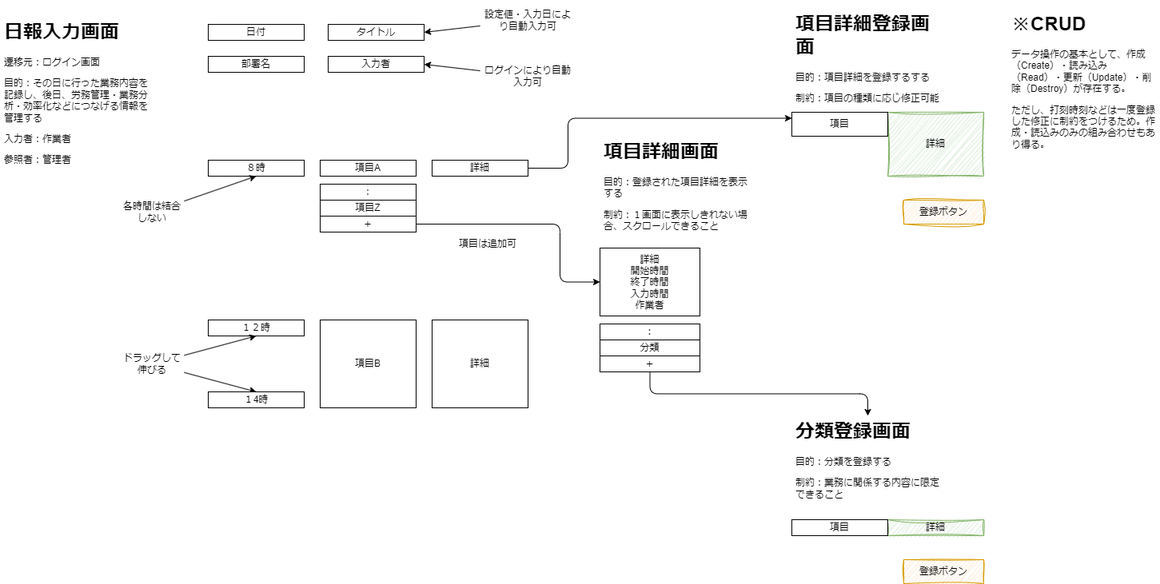
The draw.io diagram docs/日報作成.drawio.png in Codez-jp/2024, before a commit. Source tidied: cells renumbered, new cells last; positions are measured from the earlier drawing's top-left corner, leaving out a move shared by most shapes. Its diagram source:
```xml
<mxGraphModel>
  <root>
    <mxCell id="0" />
    <mxCell id="1" parent="0" />
    <mxCell id="2" value="入力者" style="rounded=0;whiteSpace=wrap;html=1;" parent="1" vertex="1">
      <mxGeometry x="410" y="60" width="120" height="20" as="geometry" />
    </mxCell>
    <mxCell id="3" value="詳細" style="rounded=0;whiteSpace=wrap;html=1;fillColor=#d5e8d4;strokeColor=#82b366;sketch=1;curveFitting=1;jiggle=2;" parent="1" vertex="1">
      <mxGeometry x="1110" y="130" width="120" height="80" as="geometry" />
    </mxCell>
    <mxCell id="4" value="日付" style="rounded=0;whiteSpace=wrap;html=1;" parent="1" vertex="1">
      <mxGeometry x="260" y="20" width="120" height="20" as="geometry" />
    </mxCell>
    <mxCell id="5" value="詳細" style="rounded=0;whiteSpace=wrap;html=1;" parent="1" vertex="1">
      <mxGeometry x="540" y="190" width="120" height="20" as="geometry" />
    </mxCell>
    <mxCell id="6" style="edgeStyle=elbowEdgeStyle;html=1;entryX=0;entryY=0.5;entryDx=0;entryDy=0;exitX=1;exitY=0.5;exitDx=0;exitDy=0;" parent="1" edge="1" source="19" target="22">
      <mxGeometry relative="1" as="geometry">
        <Array as="points">
          <mxPoint x="700" y="290" />
        </Array>
      </mxGeometry>
    </mxCell>
    <mxCell id="7" style="edgeStyle=elbowEdgeStyle;html=1;entryX=0;entryY=0.25;entryDx=0;entryDy=0;exitX=1;exitY=0.5;exitDx=0;exitDy=0;" parent="1" edge="1" source="5" target="12">
      <mxGeometry relative="1" as="geometry">
        <Array as="points">
          <mxPoint x="710" y="170" />
        </Array>
      </mxGeometry>
    </mxCell>
    <mxCell id="8" value="項目A" style="rounded=0;whiteSpace=wrap;html=1;" parent="1" vertex="1">
      <mxGeometry x="400" y="190" width="120" height="20" as="geometry" />
    </mxCell>
    <mxCell id="9" value="タイトル" style="rounded=0;whiteSpace=wrap;html=1;" parent="1" vertex="1">
      <mxGeometry x="410" y="20" width="120" height="20" as="geometry" />
    </mxCell>
    <mxCell id="10" value="部署名" style="rounded=0;whiteSpace=wrap;html=1;" parent="1" vertex="1">
      <mxGeometry x="260" y="60" width="120" height="20" as="geometry" />
    </mxCell>
    <mxCell id="11" value="登録ボタン" style="rounded=0;whiteSpace=wrap;html=1;sketch=1;curveFitting=1;jiggle=2;fillColor=#ffe6cc;strokeColor=#d79b00;" parent="1" vertex="1">
      <mxGeometry x="1130" y="240" width="100" height="30" as="geometry" />
    </mxCell>
    <mxCell id="12" value="項目" style="rounded=0;whiteSpace=wrap;html=1;" parent="1" vertex="1">
      <mxGeometry x="990" y="130" width="120" height="30" as="geometry" />
    </mxCell>
    <mxCell id="13" value="８時" style="rounded=0;whiteSpace=wrap;html=1;" parent="1" vertex="1">
      <mxGeometry x="260" y="190" width="120" height="20" as="geometry" />
    </mxCell>
    <mxCell id="14" value="１２時" style="rounded=0;whiteSpace=wrap;html=1;" parent="1" vertex="1">
      <mxGeometry x="260" y="390" width="120" height="20" as="geometry" />
    </mxCell>
    <mxCell id="15" value="詳細" style="rounded=0;whiteSpace=wrap;html=1;" parent="1" vertex="1">
      <mxGeometry x="540" y="390" width="120" height="110" as="geometry" />
    </mxCell>
    <mxCell id="16" value="項目B" style="rounded=0;whiteSpace=wrap;html=1;" parent="1" vertex="1">
      <mxGeometry x="400" y="390" width="120" height="110" as="geometry" />
    </mxCell>
    <mxCell id="17" value="：" style="rounded=0;whiteSpace=wrap;html=1;" parent="1" vertex="1">
      <mxGeometry x="400" y="220" width="120" height="20" as="geometry" />
    </mxCell>
    <mxCell id="18" value="項目Z" style="rounded=0;whiteSpace=wrap;html=1;" parent="1" vertex="1">
      <mxGeometry x="400" y="240" width="120" height="20" as="geometry" />
    </mxCell>
    <mxCell id="19" value="＋" style="rounded=0;whiteSpace=wrap;html=1;" parent="1" vertex="1">
      <mxGeometry x="400" y="260" width="120" height="20" as="geometry" />
    </mxCell>
    <mxCell id="20" value="&lt;h1&gt;日報入力画面&lt;/h1&gt;&lt;p&gt;遷移元：ログイン画面&lt;/p&gt;&lt;p&gt;目的：その日に行った業務内容を記録し、後日、労務管理・業務分析・効率化などにつなげる情報を管理する&lt;/p&gt;&lt;p&gt;入力者：作業者&lt;/p&gt;&lt;p&gt;参照者：管理者&lt;/p&gt;" style="text;html=1;strokeColor=none;fillColor=none;spacing=5;spacingTop=-20;whiteSpace=wrap;overflow=hidden;rounded=0;" parent="1" vertex="1">
      <mxGeometry y="10" width="190" height="200" as="geometry" />
    </mxCell>
    <mxCell id="21" value="&lt;h1&gt;項目詳細登録画面&lt;/h1&gt;&lt;p&gt;目的：項目詳細を登録するする&lt;/p&gt;&lt;p&gt;制約：項目の種類に応じ修正可能な内容を変更できること&lt;/p&gt;" style="text;html=1;strokeColor=none;fillColor=none;spacing=5;spacingTop=-20;whiteSpace=wrap;overflow=hidden;rounded=0;" parent="1" vertex="1">
      <mxGeometry x="990" width="190" height="120" as="geometry" />
    </mxCell>
    <mxCell id="22" value="詳細&lt;br&gt;開始時間&lt;br&gt;終了時間&lt;br&gt;入力時間&lt;br&gt;作業者" style="rounded=0;whiteSpace=wrap;html=1;" parent="1" vertex="1">
      <mxGeometry x="750" y="300" width="125" height="85" as="geometry" />
    </mxCell>
    <mxCell id="23" value="&lt;h1&gt;項目詳細画面&lt;/h1&gt;&lt;p&gt;目的：登録された項目詳細を表示する&lt;/p&gt;&lt;p&gt;制約：１画面に表示しきれない場合、スクロールできること&lt;/p&gt;" style="text;html=1;strokeColor=none;fillColor=none;spacing=5;spacingTop=-20;whiteSpace=wrap;overflow=hidden;rounded=0;" parent="1" vertex="1">
      <mxGeometry x="750" y="160" width="190" height="120" as="geometry" />
    </mxCell>
    <mxCell id="24" value="：" style="rounded=0;whiteSpace=wrap;html=1;" parent="1" vertex="1">
      <mxGeometry x="750" y="395" width="125" height="20" as="geometry" />
    </mxCell>
    <mxCell id="25" value="分類" style="rounded=0;whiteSpace=wrap;html=1;" parent="1" vertex="1">
      <mxGeometry x="750" y="415" width="125" height="20" as="geometry" />
    </mxCell>
    <mxCell id="26" style="edgeStyle=elbowEdgeStyle;html=1;entryX=0.5;entryY=0;entryDx=0;entryDy=0;elbow=vertical;" parent="1" edge="1" source="27" target="31">
      <mxGeometry relative="1" as="geometry" />
    </mxCell>
    <mxCell id="27" value="＋" style="rounded=0;whiteSpace=wrap;html=1;" parent="1" vertex="1">
      <mxGeometry x="750" y="435" width="125" height="20" as="geometry" />
    </mxCell>
    <mxCell id="28" value="詳細" style="rounded=0;whiteSpace=wrap;html=1;fillColor=#d5e8d4;strokeColor=#82b366;sketch=1;curveFitting=1;jiggle=2;" parent="1" vertex="1">
      <mxGeometry x="1110" y="640" width="120" height="20" as="geometry" />
    </mxCell>
    <mxCell id="29" value="登録ボタン" style="rounded=0;whiteSpace=wrap;html=1;sketch=1;curveFitting=1;jiggle=2;fillColor=#ffe6cc;strokeColor=#d79b00;" parent="1" vertex="1">
      <mxGeometry x="1130" y="690" width="100" height="30" as="geometry" />
    </mxCell>
    <mxCell id="30" value="項目" style="rounded=0;whiteSpace=wrap;html=1;" parent="1" vertex="1">
      <mxGeometry x="990" y="640" width="120" height="20" as="geometry" />
    </mxCell>
    <mxCell id="31" value="&lt;h1&gt;分類登録画面&lt;/h1&gt;&lt;p&gt;目的：分類を登録する&lt;/p&gt;&lt;p&gt;制約：業務に関係する内容に限定できること&lt;/p&gt;" style="text;html=1;strokeColor=none;fillColor=none;spacing=5;spacingTop=-20;whiteSpace=wrap;overflow=hidden;rounded=0;" parent="1" vertex="1">
      <mxGeometry x="990" y="510" width="190" height="120" as="geometry" />
    </mxCell>
    <mxCell id="32" style="edgeStyle=none;html=1;entryX=0.5;entryY=1;entryDx=0;entryDy=0;" parent="1" edge="1" source="34" target="14">
      <mxGeometry relative="1" as="geometry" />
    </mxCell>
    <mxCell id="33" style="edgeStyle=none;html=1;entryX=0.5;entryY=0;entryDx=0;entryDy=0;" parent="1" edge="1" source="34" target="37">
      <mxGeometry relative="1" as="geometry" />
    </mxCell>
    <mxCell id="34" value="ドラッグして伸びる" style="text;html=1;strokeColor=none;fillColor=none;align=center;verticalAlign=middle;whiteSpace=wrap;rounded=0;" parent="1" vertex="1">
      <mxGeometry x="150" y="430" width="80" height="30" as="geometry" />
    </mxCell>
    <mxCell id="35" style="edgeStyle=none;html=1;entryX=0.5;entryY=1;entryDx=0;entryDy=0;" parent="1" edge="1" source="36" target="13">
      <mxGeometry relative="1" as="geometry" />
    </mxCell>
    <mxCell id="36" value="各時間は結合しない" style="text;html=1;strokeColor=none;fillColor=none;align=center;verticalAlign=middle;whiteSpace=wrap;rounded=0;" parent="1" vertex="1">
      <mxGeometry x="150" y="240" width="80" height="30" as="geometry" />
    </mxCell>
    <mxCell id="37" value="１4時" style="rounded=0;whiteSpace=wrap;html=1;" parent="1" vertex="1">
      <mxGeometry x="260" y="480" width="120" height="20" as="geometry" />
    </mxCell>
    <mxCell id="38" value="項目は追加可" style="text;html=1;strokeColor=none;fillColor=none;align=center;verticalAlign=middle;whiteSpace=wrap;rounded=0;" parent="1" vertex="1">
      <mxGeometry x="570" y="280" width="80" height="30" as="geometry" />
    </mxCell>
    <mxCell id="39" style="edgeStyle=none;html=1;entryX=1;entryY=0.5;entryDx=0;entryDy=0;" parent="1" edge="1" source="40" target="9">
      <mxGeometry relative="1" as="geometry" />
    </mxCell>
    <mxCell id="40" value="設定値・入力日により自動入力可" style="text;html=1;strokeColor=none;fillColor=none;align=center;verticalAlign=middle;whiteSpace=wrap;rounded=0;" parent="1" vertex="1">
      <mxGeometry x="600" width="120" height="30" as="geometry" />
    </mxCell>
    <mxCell id="41" style="edgeStyle=none;html=1;entryX=1;entryY=0.5;entryDx=0;entryDy=0;" parent="1" edge="1" source="42" target="2">
      <mxGeometry relative="1" as="geometry" />
    </mxCell>
    <mxCell id="42" value="ログインにより自動入力可" style="text;html=1;strokeColor=none;fillColor=none;align=center;verticalAlign=middle;whiteSpace=wrap;rounded=0;" parent="1" vertex="1">
      <mxGeometry x="600" y="70" width="120" height="30" as="geometry" />
    </mxCell>
    <mxCell id="43" value="&lt;h1&gt;※CRUD&lt;/h1&gt;&lt;p&gt;データ操作の基本として、作成（Create）・読み込み（Read）・更新（Update）・削除（Destroy）が存在する。&lt;/p&gt;&lt;p&gt;ただし、打刻時刻などは一度登録した修正に制約をつけるため。作成・読込みのみの組み合わせもあり得る。&lt;/p&gt;" style="text;html=1;strokeColor=none;fillColor=none;spacing=5;spacingTop=-20;whiteSpace=wrap;overflow=hidden;rounded=0;" parent="1" vertex="1">
      <mxGeometry x="1260" width="190" height="230" as="geometry" />
    </mxCell>
  </root>
</mxGraphModel>
```
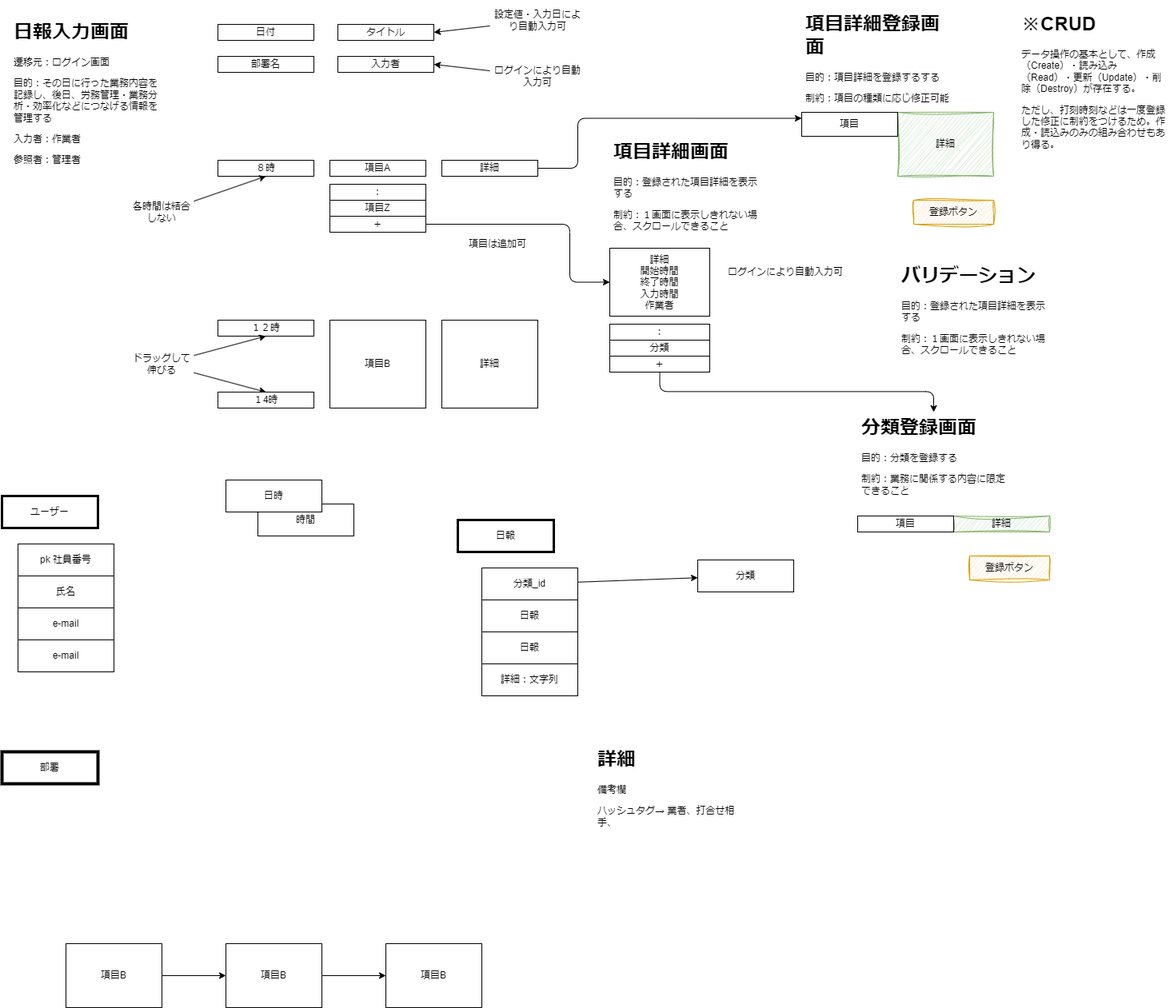
Later version of the same file.

Change to the diagram source:
```diff
@@ -89,16 +89,16 @@
       <mxGeometry x="750" y="435" width="125" height="20" as="geometry" />
     </mxCell>
     <mxCell id="28" value="詳細" style="rounded=0;whiteSpace=wrap;html=1;fillColor=#d5e8d4;strokeColor=#82b366;sketch=1;curveFitting=1;jiggle=2;" parent="1" vertex="1">
-      <mxGeometry x="1110" y="640" width="120" height="20" as="geometry" />
+      <mxGeometry x="1180" y="635" width="120" height="20" as="geometry" />
     </mxCell>
     <mxCell id="29" value="登録ボタン" style="rounded=0;whiteSpace=wrap;html=1;sketch=1;curveFitting=1;jiggle=2;fillColor=#ffe6cc;strokeColor=#d79b00;" parent="1" vertex="1">
-      <mxGeometry x="1130" y="690" width="100" height="30" as="geometry" />
+      <mxGeometry x="1200" y="685" width="100" height="30" as="geometry" />
     </mxCell>
     <mxCell id="30" value="項目" style="rounded=0;whiteSpace=wrap;html=1;" parent="1" vertex="1">
-      <mxGeometry x="990" y="640" width="120" height="20" as="geometry" />
+      <mxGeometry x="1060" y="635" width="120" height="20" as="geometry" />
     </mxCell>
     <mxCell id="31" value="&lt;h1&gt;分類登録画面&lt;/h1&gt;&lt;p&gt;目的：分類を登録する&lt;/p&gt;&lt;p&gt;制約：業務に関係する内容に限定できること&lt;/p&gt;" style="text;html=1;strokeColor=none;fillColor=none;spacing=5;spacingTop=-20;whiteSpace=wrap;overflow=hidden;rounded=0;" parent="1" vertex="1">
-      <mxGeometry x="990" y="510" width="190" height="120" as="geometry" />
+      <mxGeometry x="1060" y="505" width="190" height="120" as="geometry" />
     </mxCell>
     <mxCell id="32" style="edgeStyle=none;html=1;entryX=0.5;entryY=1;entryDx=0;entryDy=0;" parent="1" edge="1" source="34" target="14">
       <mxGeometry relative="1" as="geometry" />
@@ -136,5 +136,74 @@
     <mxCell id="43" value="&lt;h1&gt;※CRUD&lt;/h1&gt;&lt;p&gt;データ操作の基本として、作成（Create）・読み込み（Read）・更新（Update）・削除（Destroy）が存在する。&lt;/p&gt;&lt;p&gt;ただし、打刻時刻などは一度登録した修正に制約をつけるため。作成・読込みのみの組み合わせもあり得る。&lt;/p&gt;" style="text;html=1;strokeColor=none;fillColor=none;spacing=5;spacingTop=-20;whiteSpace=wrap;overflow=hidden;rounded=0;" parent="1" vertex="1">
       <mxGeometry x="1260" width="190" height="230" as="geometry" />
     </mxCell>
+    <mxCell id="44" value="ユーザー" style="rounded=0;whiteSpace=wrap;html=1;strokeWidth=3;" parent="1" vertex="1">
+      <mxGeometry x="-10" y="610" width="120" height="40" as="geometry" />
+    </mxCell>
+    <mxCell id="45" value="時間" style="rounded=0;whiteSpace=wrap;html=1;" parent="1" vertex="1">
+      <mxGeometry x="310" y="620" width="120" height="40" as="geometry" />
+    </mxCell>
+    <mxCell id="46" value="日報" style="rounded=0;whiteSpace=wrap;html=1;strokeWidth=3;" parent="1" vertex="1">
+      <mxGeometry x="560" y="640" width="120" height="40" as="geometry" />
+    </mxCell>
+    <mxCell id="47" value="氏名" style="rounded=0;whiteSpace=wrap;html=1;" parent="1" vertex="1">
+      <mxGeometry x="10" y="710" width="120" height="40" as="geometry" />
+    </mxCell>
+    <mxCell id="48" value="e-mail" style="rounded=0;whiteSpace=wrap;html=1;" parent="1" vertex="1">
+      <mxGeometry x="10" y="750" width="120" height="40" as="geometry" />
+    </mxCell>
+    <mxCell id="49" value="e-mail" style="rounded=0;whiteSpace=wrap;html=1;" parent="1" vertex="1">
+      <mxGeometry x="10" y="790" width="120" height="40" as="geometry" />
+    </mxCell>
+    <mxCell id="50" value="日時" style="rounded=0;whiteSpace=wrap;html=1;" parent="1" vertex="1">
+      <mxGeometry x="270" y="590" width="120" height="40" as="geometry" />
+    </mxCell>
+    <mxCell id="51" style="edgeStyle=none;html=1;" parent="1" edge="1" source="52" target="55">
+      <mxGeometry relative="1" as="geometry" />
+    </mxCell>
+    <mxCell id="52" value="分類_id" style="rounded=0;whiteSpace=wrap;html=1;" parent="1" vertex="1">
+      <mxGeometry x="590" y="700" width="120" height="40" as="geometry" />
+    </mxCell>
+    <mxCell id="53" value="部署" style="rounded=0;whiteSpace=wrap;html=1;strokeWidth=4;" parent="1" vertex="1">
+      <mxGeometry x="-10" y="930" width="120" height="40" as="geometry" />
+    </mxCell>
+    <mxCell id="54" value="pk 社員番号" style="rounded=0;whiteSpace=wrap;html=1;" parent="1" vertex="1">
+      <mxGeometry x="10" y="670" width="120" height="40" as="geometry" />
+    </mxCell>
+    <mxCell id="55" value="分類" style="rounded=0;whiteSpace=wrap;html=1;" parent="1" vertex="1">
+      <mxGeometry x="860" y="690" width="120" height="40" as="geometry" />
+    </mxCell>
+    <mxCell id="56" value="日報" style="rounded=0;whiteSpace=wrap;html=1;" parent="1" vertex="1">
+      <mxGeometry x="590" y="740" width="120" height="40" as="geometry" />
+    </mxCell>
+    <mxCell id="57" value="日報" style="rounded=0;whiteSpace=wrap;html=1;" parent="1" vertex="1">
+      <mxGeometry x="590" y="780" width="120" height="40" as="geometry" />
+    </mxCell>
+    <mxCell id="58" value="詳細：文字列" style="rounded=0;whiteSpace=wrap;html=1;" parent="1" vertex="1">
+      <mxGeometry x="590" y="820" width="120" height="40" as="geometry" />
+    </mxCell>
+    <mxCell id="59" value="&lt;h1&gt;詳細&lt;/h1&gt;&lt;p&gt;備考欄&lt;/p&gt;&lt;p&gt;ハッシュタグ→ 業者、打合せ相手、&lt;/p&gt;" style="text;html=1;strokeColor=none;fillColor=none;spacing=5;spacingTop=-20;whiteSpace=wrap;overflow=hidden;rounded=0;" parent="1" vertex="1">
+      <mxGeometry x="730" y="920" width="190" height="120" as="geometry" />
+    </mxCell>
+    <mxCell id="60" value="&lt;h1&gt;バリデーション&lt;/h1&gt;&lt;p&gt;目的：登録された項目詳細を表示する&lt;/p&gt;&lt;p&gt;制約：１画面に表示しきれない場合、スクロールできること&lt;/p&gt;" style="text;html=1;strokeColor=none;fillColor=none;spacing=5;spacingTop=-20;whiteSpace=wrap;overflow=hidden;rounded=0;" parent="1" vertex="1">
+      <mxGeometry x="1110" y="315" width="190" height="120" as="geometry" />
+    </mxCell>
+    <mxCell id="61" value="ログインにより自動入力可" style="text;html=1;strokeColor=none;fillColor=none;align=center;verticalAlign=middle;whiteSpace=wrap;rounded=0;" parent="1" vertex="1">
+      <mxGeometry x="890" y="315" width="160" height="30" as="geometry" />
+    </mxCell>
+    <mxCell id="62" style="edgeStyle=none;html=1;entryX=0;entryY=0.5;entryDx=0;entryDy=0;" parent="1" edge="1" source="63" target="65">
+      <mxGeometry relative="1" as="geometry" />
+    </mxCell>
+    <mxCell id="63" value="項目B" style="rounded=0;whiteSpace=wrap;html=1;" parent="1" vertex="1">
+      <mxGeometry x="70" y="1170" width="120" height="80" as="geometry" />
+    </mxCell>
+    <mxCell id="64" style="edgeStyle=none;html=1;" parent="1" edge="1" source="65" target="66">
+      <mxGeometry relative="1" as="geometry" />
+    </mxCell>
+    <mxCell id="65" value="項目B" style="rounded=0;whiteSpace=wrap;html=1;" parent="1" vertex="1">
+      <mxGeometry x="270" y="1170" width="120" height="80" as="geometry" />
+    </mxCell>
+    <mxCell id="66" value="項目B" style="rounded=0;whiteSpace=wrap;html=1;" parent="1" vertex="1">
+      <mxGeometry x="470" y="1170" width="120" height="80" as="geometry" />
+    </mxCell>
   </root>
 </mxGraphModel>
```
